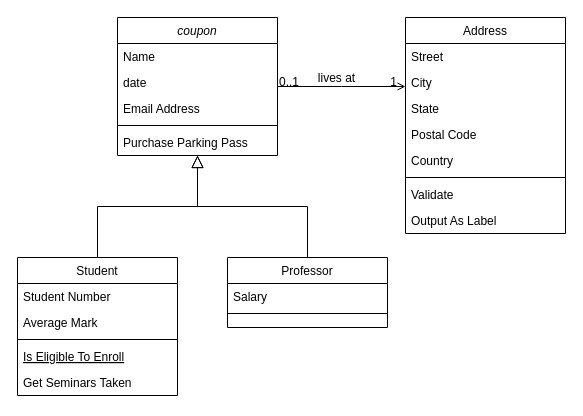
This is 优惠券.drawio from xyz-lyjoe/draw, a draw.io file, before an edit. Source tidied: cells renumbered, new cells numbered last; positions are measured from the earlier drawing's top-left corner, leaving out a move shared by most shapes. Both pictures are drawn from the tidied source at 100%, with x=0, y=0 at pixel (17, 17).
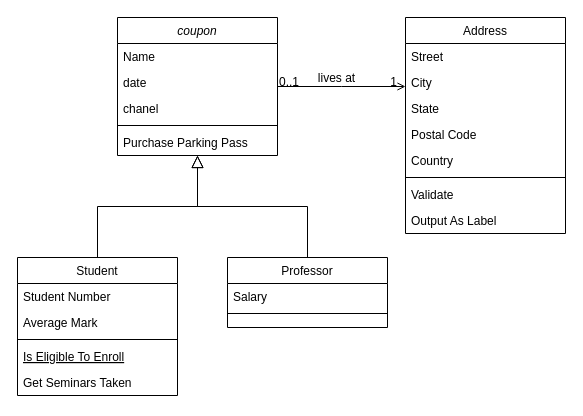
The same page after the edit.

Commit message:
更新优惠券.drawio

The change refers to these unchanged cells:
```xml
<mxCell id="2" value="coupon" style="swimlane;fontStyle=2;align=center;verticalAlign=top;horizontal=1;startSize=26;rounded=0;shadow=0;strokeWidth=1;" parent="1" vertex="1">
  <mxGeometry x="100" width="160" height="138" as="geometry" />
</mxCell>
```

Diff of the diagram source:
```diff
@@
-    <mxCell id="5" value="Email Address" style="text;align=left;verticalAlign=top;spacingLeft=4;spacingRight=4;overflow=hidden;rounded=0;shadow=0;html=0;" parent="2" vertex="1">
+    <mxCell id="5" value="chanel" style="text;align=left;verticalAlign=top;spacingLeft=4;spacingRight=4;overflow=hidden;rounded=0;shadow=0;html=0;" parent="2" vertex="1">
       <mxGeometry y="78" width="160" height="26" as="geometry" />
     </mxCell>
```
